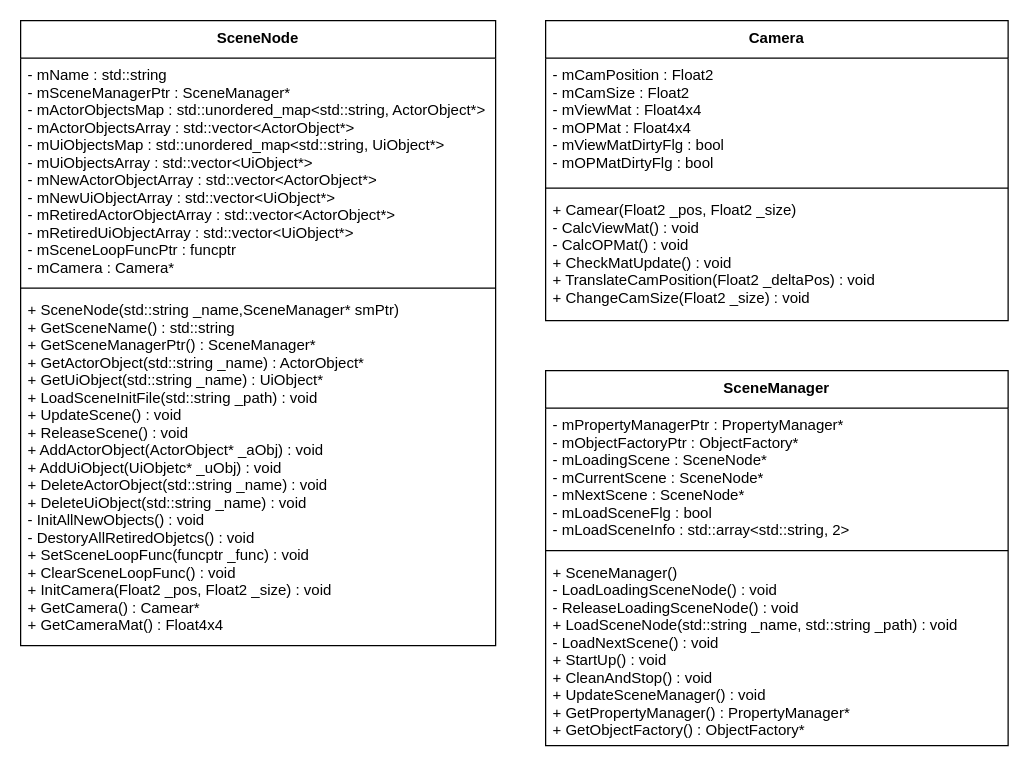
Above: page "scene" (6 of 7) of MyNinDesign.drawio in HIBICUS-CAI/NinAtHome_OpenGL (draw.io), before the change. Source tidied: cells renumbered, new cells numbered last; positions are measured from the earlier drawing's top-left corner, leaving out a move shared by most shapes. Both pictures are drawn from the tidied source at 125%, with x=0, y=0 at pixel (20, 20).
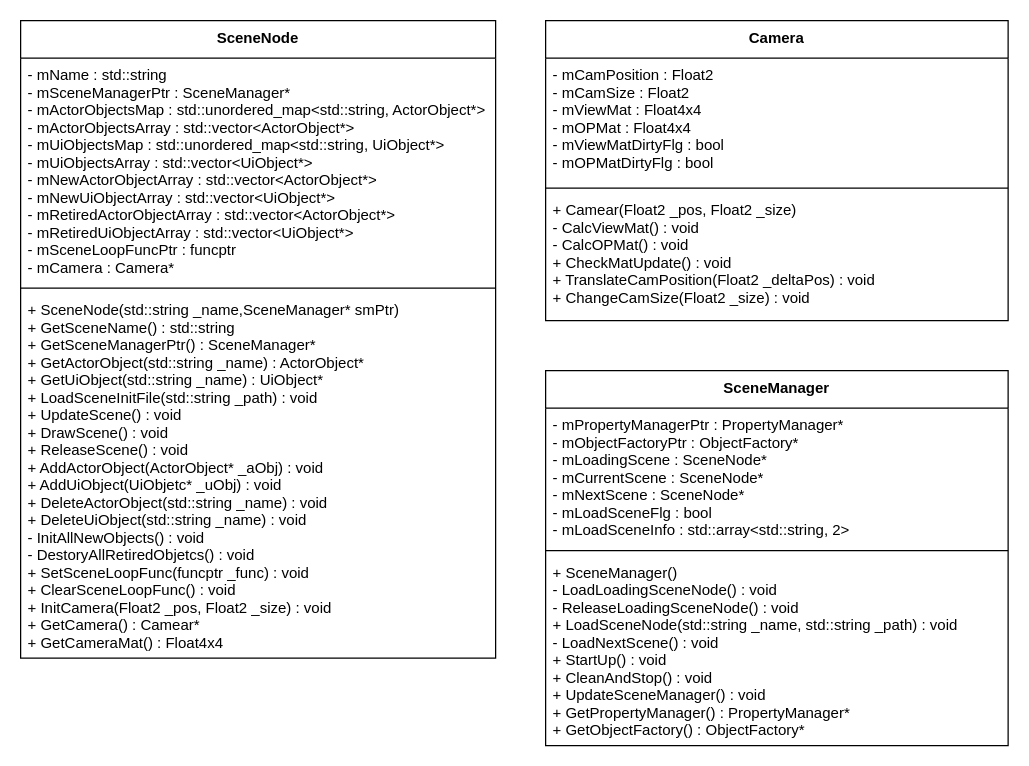
The same diagram, later.

What changed in the source:
```diff
@@
 <mxGraphModel>
   <root>
     <mxCell id="0" />
     <mxCell id="1" parent="0" />
     <mxCell id="2" value="SceneNode" style="swimlane;fontStyle=1;align=center;verticalAlign=top;horizontal=1;startSize=30;" parent="1" vertex="1">
-      <mxGeometry width="380" height="500" as="geometry" />
+      <mxGeometry width="380" height="510" as="geometry" />
     </mxCell>
     <mxCell id="3" value="- mName : std::string&#10;- mSceneManagerPtr : SceneManager*&#10;- mActorObjectsMap : std::unordered_map&lt;std::string, ActorObject*&gt;&#10;- mActorObjectsArray : std::vector&lt;ActorObject*&gt;&#10;- mUiObjectsMap : std::unordered_map&lt;std::string, UiObject*&gt;&#10;- mUiObjectsArray : std::vector&lt;UiObject*&gt;&#10;- mNewActorObjectArray : std::vector&lt;ActorObject*&gt;&#10;- mNewUiObjectArray : std::vector&lt;UiObject*&gt;&#10;- mRetiredActorObjectArray : std::vector&lt;ActorObject*&gt;&#10;- mRetiredUiObjectArray : std::vector&lt;UiObject*&gt;&#10;- mSceneLoopFuncPtr : funcptr&#10;- mCamera : Camera*" style="text;strokeColor=none;fillColor=none;align=left;verticalAlign=top;spacingLeft=4;spacingRight=4;overflow=hidden;" parent="2" vertex="1">
       <mxGeometry y="30" width="380" height="180" as="geometry" />
     </mxCell>
     <mxCell id="4" style="line;strokeWidth=1;fillColor=none;align=left;verticalAlign=middle;spacingTop=-1;spacingLeft=3;spacingRight=3;labelPosition=right;" parent="2" vertex="1">
       <mxGeometry y="210" width="380" height="8" as="geometry" />
     </mxCell>
-    <mxCell id="5" value="+ SceneNode(std::string _name,SceneManager* smPtr)&#10;+ GetSceneName() : std::string&#10;+ GetSceneManagerPtr() : SceneManager*&#10;+ GetActorObject(std::string _name) : ActorObject*&#10;+ GetUiObject(std::string _name) : UiObject*&#10;+ LoadSceneInitFile(std::string _path) : void&#10;+ UpdateScene() : void&#10;+ ReleaseScene() : void&#10;+ AddActorObject(ActorObject* _aObj) : void&#10;+ AddUiObject(UiObjetc* _uObj) : void&#10;+ DeleteActorObject(std::string _name) : void&#10;+ DeleteUiObject(std::string _name) : void&#10;- InitAllNewObjects() : void&#10;- DestoryAllRetiredObjetcs() : void&#10;+ SetSceneLoopFunc(funcptr _func) : void&#10;+ ClearSceneLoopFunc() : void&#10;+ InitCamera(Float2 _pos, Float2 _size) : void&#10;+ GetCamera() : Camear*&#10;+ GetCameraMat() : Float4x4" style="text;strokeColor=none;fillColor=none;align=left;verticalAlign=top;spacingLeft=4;spacingRight=4;overflow=hidden;" parent="2" vertex="1">
-      <mxGeometry y="218" width="380" height="282" as="geometry" />
+    <mxCell id="5" value="+ SceneNode(std::string _name,SceneManager* smPtr)&#10;+ GetSceneName() : std::string&#10;+ GetSceneManagerPtr() : SceneManager*&#10;+ GetActorObject(std::string _name) : ActorObject*&#10;+ GetUiObject(std::string _name) : UiObject*&#10;+ LoadSceneInitFile(std::string _path) : void&#10;+ UpdateScene() : void&#10;+ DrawScene() : void&#10;+ ReleaseScene() : void&#10;+ AddActorObject(ActorObject* _aObj) : void&#10;+ AddUiObject(UiObjetc* _uObj) : void&#10;+ DeleteActorObject(std::string _name) : void&#10;+ DeleteUiObject(std::string _name) : void&#10;- InitAllNewObjects() : void&#10;- DestoryAllRetiredObjetcs() : void&#10;+ SetSceneLoopFunc(funcptr _func) : void&#10;+ ClearSceneLoopFunc() : void&#10;+ InitCamera(Float2 _pos, Float2 _size) : void&#10;+ GetCamera() : Camear*&#10;+ GetCameraMat() : Float4x4" style="text;strokeColor=none;fillColor=none;align=left;verticalAlign=top;spacingLeft=4;spacingRight=4;overflow=hidden;" parent="2" vertex="1">
+      <mxGeometry y="218" width="380" height="292" as="geometry" />
     </mxCell>
     <mxCell id="6" value="Camera" style="swimlane;fontStyle=1;align=center;verticalAlign=top;horizontal=1;startSize=30;" parent="1" vertex="1">
       <mxGeometry x="420" width="370" height="240" as="geometry" />
     </mxCell>
     <mxCell id="7" value="- mCamPosition : Float2&#10;- mCamSize : Float2&#10;- mViewMat : Float4x4&#10;- mOPMat : Float4x4&#10;- mViewMatDirtyFlg : bool&#10;- mOPMatDirtyFlg : bool" style="text;strokeColor=none;fillColor=none;align=left;verticalAlign=top;spacingLeft=4;spacingRight=4;overflow=hidden;" parent="6" vertex="1">
       <mxGeometry y="30" width="370" height="100" as="geometry" />
     </mxCell>
     <mxCell id="8" style="line;strokeWidth=1;fillColor=none;align=left;verticalAlign=middle;spacingTop=-1;spacingLeft=3;spacingRight=3;labelPosition=right;" parent="6" vertex="1">
       <mxGeometry y="130" width="370" height="8" as="geometry" />
     </mxCell>
     <mxCell id="9" value="+ Camear(Float2 _pos, Float2 _size)&#10;- CalcViewMat() : void&#10;- CalcOPMat() : void&#10;+ CheckMatUpdate() : void&#10;+ TranslateCamPosition(Float2 _deltaPos) : void&#10;+ ChangeCamSize(Float2 _size) : void" style="text;strokeColor=none;fillColor=none;align=left;verticalAlign=top;spacingLeft=4;spacingRight=4;overflow=hidden;" parent="6" vertex="1">
       <mxGeometry y="138" width="370" height="102" as="geometry" />
     </mxCell>
     <mxCell id="10" value="SceneManager" style="swimlane;fontStyle=1;align=center;verticalAlign=top;horizontal=1;startSize=30;" parent="1" vertex="1">
       <mxGeometry x="420" y="280" width="370" height="300" as="geometry" />
     </mxCell>
     <mxCell id="11" value="- mPropertyManagerPtr : PropertyManager*&#10;- mObjectFactoryPtr : ObjectFactory*&#10;- mLoadingScene : SceneNode*&#10;- mCurrentScene : SceneNode*&#10;- mNextScene : SceneNode*&#10;- mLoadSceneFlg : bool&#10;- mLoadSceneInfo : std::array&lt;std::string, 2&gt;" style="text;strokeColor=none;fillColor=none;align=left;verticalAlign=top;spacingLeft=4;spacingRight=4;overflow=hidden;" parent="10" vertex="1">
       <mxGeometry y="30" width="370" height="110" as="geometry" />
     </mxCell>
     <mxCell id="12" style="line;strokeWidth=1;fillColor=none;align=left;verticalAlign=middle;spacingTop=-1;spacingLeft=3;spacingRight=3;labelPosition=right;" parent="10" vertex="1">
       <mxGeometry y="140" width="370" height="8" as="geometry" />
     </mxCell>
     <mxCell id="13" value="+ SceneManager()&#10;- LoadLoadingSceneNode() : void&#10;- ReleaseLoadingSceneNode() : void&#10;+ LoadSceneNode(std::string _name, std::string _path) : void&#10;- LoadNextScene() : void&#10;+ StartUp() : void&#10;+ CleanAndStop() : void&#10;+ UpdateSceneManager() : void&#10;+ GetPropertyManager() : PropertyManager*&#10;+ GetObjectFactory() : ObjectFactory*" style="text;strokeColor=none;fillColor=none;align=left;verticalAlign=top;spacingLeft=4;spacingRight=4;overflow=hidden;" parent="10" vertex="1">
       <mxGeometry y="148" width="370" height="152" as="geometry" />
     </mxCell>
   </root>
 </mxGraphModel>
```
